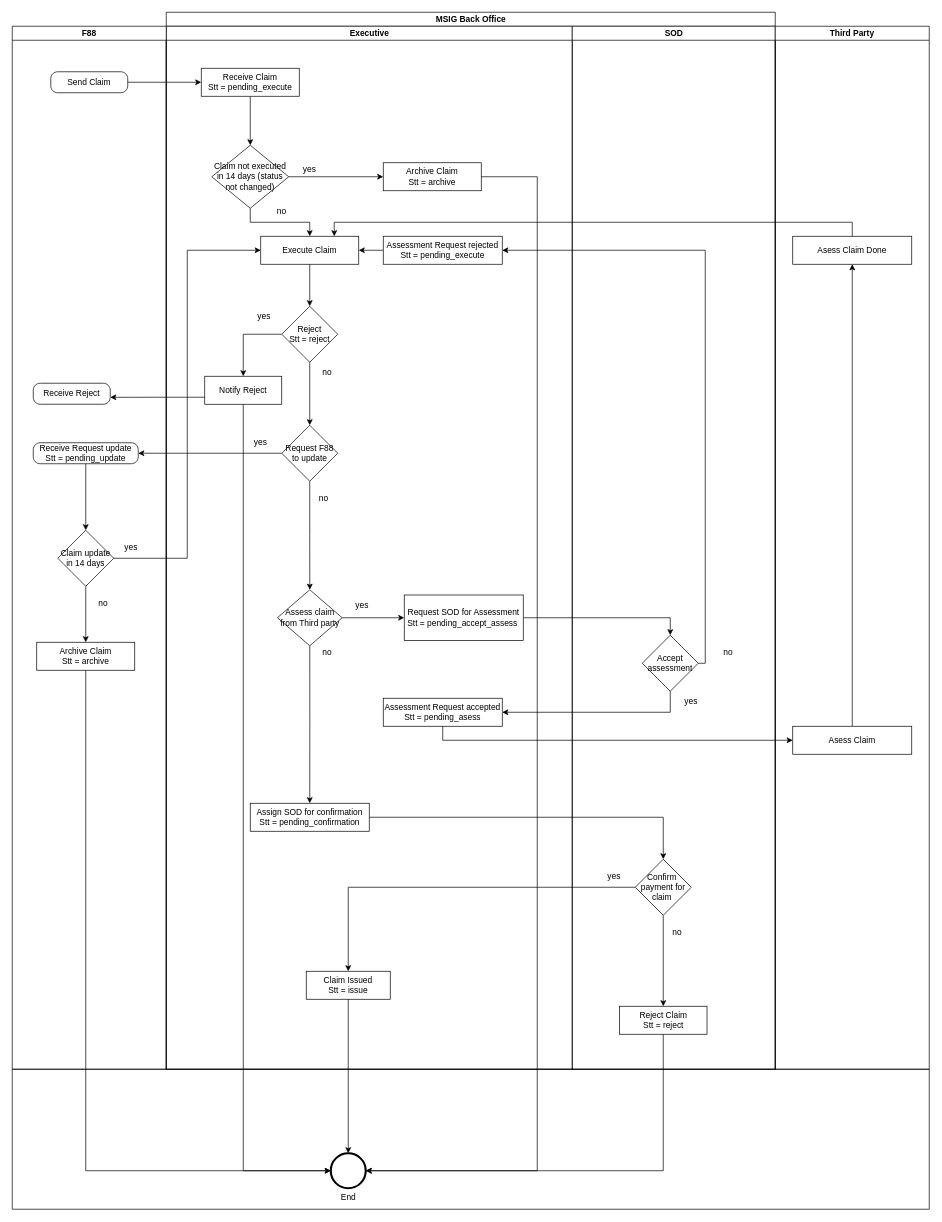
The draw.io diagram Untitled Diagram.drawio in Chris-25/Blog-react-app, before the edit. Source tidied: cells renumbered, new cells numbered last; positions are measured from the earlier drawing's top-left corner, leaving out a move shared by most shapes. Both pictures are drawn from the tidied source at 70%, with x=0, y=0 at pixel (12, 12).
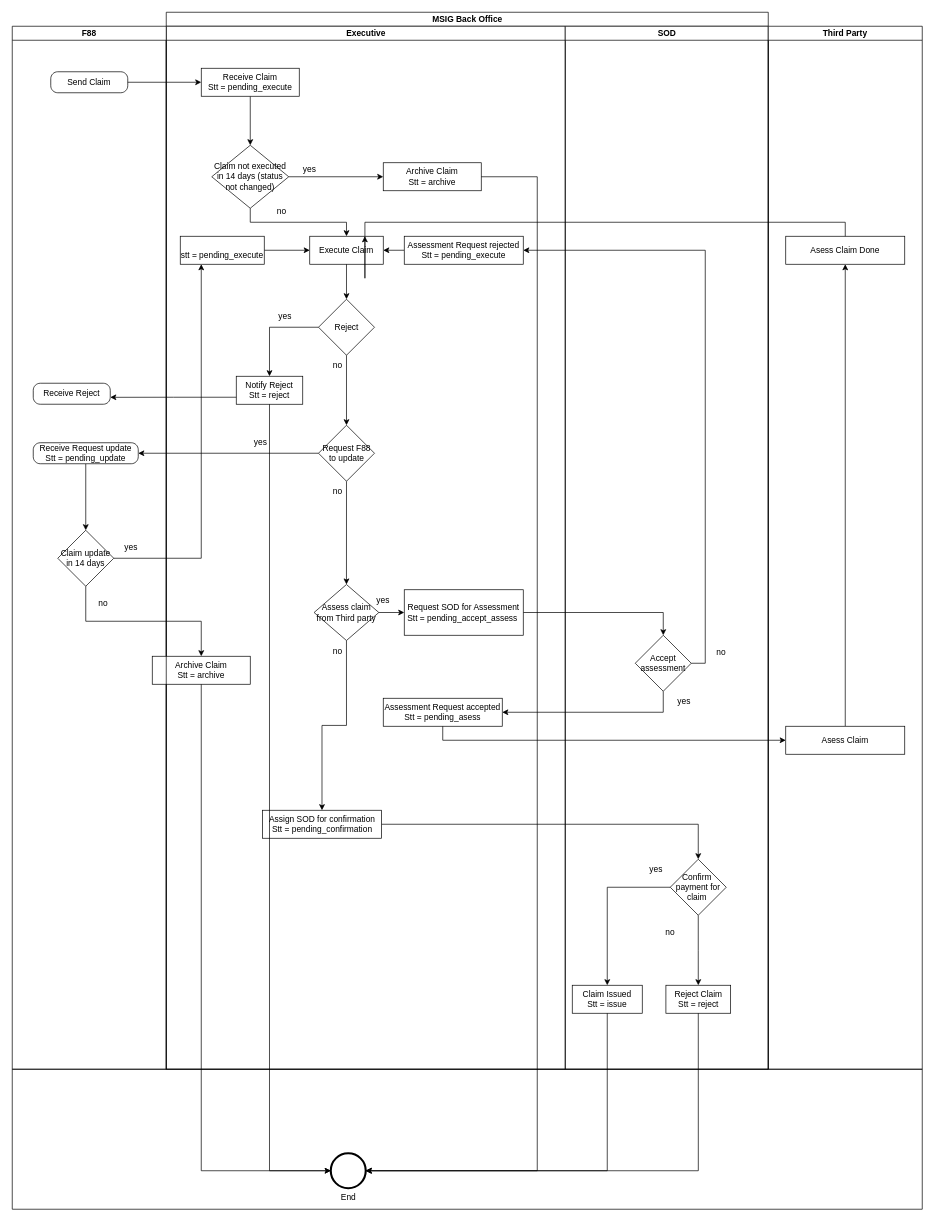
The same diagram, later.

The change refers to these unchanged cells:
```xml
<mxCell id="49" value="F88" style="swimlane;startSize=20;" parent="1" vertex="1">
  <mxGeometry y="20" width="220" height="1490" as="geometry" />
</mxCell>
<mxCell id="55" value="Claim update in 14 days" style="rhombus;whiteSpace=wrap;html=1;" parent="49" vertex="1">
  <mxGeometry x="65" y="720" width="80" height="80" as="geometry" />
</mxCell>
<mxCell id="66" value="End" style="points=[[0.145,0.145,0],[0.5,0,0],[0.855,0.145,0],[1,0.5,0],[0.855,0.855,0],[0.5,1,0],[0.145,0.855,0],[0,0.5,0]];shape=mxgraph.bpmn.event;html=1;verticalLabelPosition=bottom;labelBackgroundColor=#ffffff;verticalAlign=top;align=center;perimeter=ellipsePerimeter;outlineConnect=0;outline=end;symbol=terminate2;" parent="65" vertex="1">
  <mxGeometry x="455" y="120" width="50" height="50" as="geometry" />
</mxCell>
```

The edit, as a diff of the source:
```diff
@@
     <mxCell id="2" value="MSIG Back Office" style="swimlane;html=1;startSize=20;" parent="1" vertex="1">
-      <mxGeometry x="220" width="870" height="1510" as="geometry" />
+      <mxGeometry x="220" width="860" height="1510" as="geometry" />
     </mxCell>
@@
-    <mxCell id="7" style="edgeStyle=orthogonalEdgeStyle;rounded=0;jettySize=auto;html=1;exitX=0;exitY=0.5;exitDx=0;exitDy=0;entryX=0.5;entryY=0;entryDx=0;entryDy=0;" parent="2" edge="1" source="41" target="31">
-      <mxGeometry relative="1" as="geometry" />
-    </mxCell>
     <mxCell id="8" value="Executive" style="swimlane;html=1;startSize=20;" parent="2" vertex="1">
-      <mxGeometry y="20" width="580" height="1490" as="geometry" />
+      <mxGeometry y="20" width="570" height="1490" as="geometry" />
     </mxCell>
@@
     <mxCell id="16" value="Execute Claim" style="rounded=0;whiteSpace=wrap;html=1;" parent="8" vertex="1">
-      <mxGeometry x="135" y="300" width="140" height="40" as="geometry" />
+      <mxGeometry x="205" y="300" width="105" height="40" as="geometry" />
     </mxCell>
@@
     <mxCell id="18" value="yes" style="text;html=1;strokeColor=none;fillColor=none;align=center;verticalAlign=middle;whiteSpace=wrap;rounded=0;" parent="8" vertex="1">
-      <mxGeometry x="110" y="400" width="60" height="30" as="geometry" />
+      <mxGeometry x="140" y="400" width="60" height="30" as="geometry" />
     </mxCell>
-    <mxCell id="19" value="Notify Reject&lt;br&gt;" style="rounded=0;whiteSpace=wrap;html=1;" parent="8" vertex="1">
-      <mxGeometry x="55" y="500" width="110" height="40" as="geometry" />
+    <mxCell id="19" value="Notify Reject&lt;br&gt;Stt = reject" style="rounded=0;whiteSpace=wrap;html=1;" parent="8" vertex="1">
+      <mxGeometry x="100" y="500" width="95" height="40" as="geometry" />
     </mxCell>
@@
     <mxCell id="22" value="Assess claim&lt;br&gt;from Third party" style="rhombus;whiteSpace=wrap;html=1;rounded=0;" parent="8" vertex="1">
-      <mxGeometry x="158.8" y="805" width="92.5" height="80" as="geometry" />
+      <mxGeometry x="211.2" y="797.5" width="92.5" height="80" as="geometry" />
     </mxCell>
     <mxCell id="23" value="Request SOD for Assessment&lt;br&gt;Stt = pending_accept_assess&amp;nbsp;" style="rounded=0;whiteSpace=wrap;html=1;" parent="8" vertex="1">
-      <mxGeometry x="340" y="812.5" width="170" height="65" as="geometry" />
+      <mxGeometry x="340" y="805" width="170" height="65" as="geometry" />
     </mxCell>
     <mxCell id="24" value="yes" style="text;html=1;strokeColor=none;fillColor=none;align=center;verticalAlign=middle;whiteSpace=wrap;rounded=0;" parent="8" vertex="1">
-      <mxGeometry x="250" y="812.5" width="60" height="30" as="geometry" />
+      <mxGeometry x="280" y="805" width="60" height="30" as="geometry" />
     </mxCell>
@@
     <mxCell id="26" value="Assessment Request rejected&lt;br&gt;Stt = pending_execute" style="rounded=0;whiteSpace=wrap;html=1;" parent="8" vertex="1">
-      <mxGeometry x="310" y="300" width="170" height="40" as="geometry" />
+      <mxGeometry x="340" y="300" width="170" height="40" as="geometry" />
     </mxCell>
@@
     <mxCell id="28" value="no" style="text;html=1;strokeColor=none;fillColor=none;align=center;verticalAlign=middle;whiteSpace=wrap;rounded=0;" parent="8" vertex="1">
-      <mxGeometry x="200" y="480" width="60" height="30" as="geometry" />
+      <mxGeometry x="215" y="470" width="60" height="30" as="geometry" />
     </mxCell>
     <mxCell id="29" value="Assign SOD for confirmation&lt;br&gt;Stt = pending_confirmation" style="rounded=0;whiteSpace=wrap;html=1;" parent="8" vertex="1">
-      <mxGeometry x="120" y="1110" width="170" height="40" as="geometry" />
+      <mxGeometry x="137.5" y="1120" width="170" height="40" as="geometry" />
     </mxCell>
     <mxCell id="30" value="no" style="text;html=1;strokeColor=none;fillColor=none;align=center;verticalAlign=middle;whiteSpace=wrap;rounded=0;" parent="8" vertex="1">
-      <mxGeometry x="200" y="880" width="60" height="30" as="geometry" />
+      <mxGeometry x="215" y="877.5" width="60" height="30" as="geometry" />
     </mxCell>
-    <mxCell id="31" value="Claim Issued&lt;br&gt;Stt = issue" style="rounded=0;whiteSpace=wrap;html=1;" parent="8" vertex="1">
-      <mxGeometry x="200" y="1350" width="120" height="40" as="geometry" />
-    </mxCell>
@@
     <mxCell id="33" value="Request F88 to update" style="rhombus;whiteSpace=wrap;html=1;" parent="8" vertex="1">
-      <mxGeometry x="165" y="570" width="80" height="80" as="geometry" />
+      <mxGeometry x="217.5" y="570" width="80" height="80" as="geometry" />
     </mxCell>
     <mxCell id="34" value="no" style="text;html=1;strokeColor=none;fillColor=none;align=center;verticalAlign=middle;whiteSpace=wrap;rounded=0;" parent="8" vertex="1">
-      <mxGeometry x="195" y="660" width="60" height="30" as="geometry" />
+      <mxGeometry x="215" y="650" width="60" height="30" as="geometry" />
     </mxCell>
@@
+    <mxCell id="76" style="edgeStyle=orthogonalEdgeStyle;rounded=0;jettySize=auto;html=1;exitX=1;exitY=0.5;exitDx=0;exitDy=0;entryX=0;entryY=0.5;entryDx=0;entryDy=0;" parent="8" edge="1" source="77" target="16">
+      <mxGeometry relative="1" as="geometry" />
+    </mxCell>
+    <mxCell id="77" value="&amp;nbsp;&lt;br&gt;stt = pending_execute" style="rounded=0;whiteSpace=wrap;html=1;" parent="8" vertex="1">
+      <mxGeometry x="20" y="300" width="120" height="40" as="geometry" />
+    </mxCell>
+    <mxCell id="56" value="Archive Claim&lt;br&gt;Stt = archive" style="rounded=0;whiteSpace=wrap;html=1;" parent="8" vertex="1">
+      <mxGeometry x="-20" y="900" width="140" height="40" as="geometry" />
+    </mxCell>
+    <mxCell id="62" value="Reject" style="rhombus;whiteSpace=wrap;html=1;rounded=0;" parent="8" vertex="1">
+      <mxGeometry x="217.5" y="390" width="80" height="80" as="geometry" />
+    </mxCell>
+    <mxCell id="63" style="edgeStyle=orthogonalEdgeStyle;rounded=0;jettySize=auto;html=1;" parent="8" edge="1" source="16" target="62">
+      <mxGeometry relative="1" as="geometry" />
+    </mxCell>
+    <mxCell id="60" style="edgeStyle=orthogonalEdgeStyle;rounded=0;jettySize=auto;html=1;exitX=0;exitY=0.5;exitDx=0;exitDy=0;entryX=0.5;entryY=0;entryDx=0;entryDy=0;" parent="8" edge="1" source="62" target="19">
+      <mxGeometry relative="1" as="geometry" />
+    </mxCell>
+    <mxCell id="61" style="edgeStyle=orthogonalEdgeStyle;rounded=0;jettySize=auto;html=1;exitX=0.5;exitY=1;exitDx=0;exitDy=0;entryX=0.5;entryY=0;entryDx=0;entryDy=0;" parent="8" edge="1" source="62" target="33">
+      <mxGeometry relative="1" as="geometry" />
+    </mxCell>
     <mxCell id="36" value="SOD" style="swimlane;html=1;startSize=20;" parent="2" vertex="1">
-      <mxGeometry x="580" y="20" width="290" height="1490" as="geometry" />
+      <mxGeometry x="570" y="20" width="290" height="1490" as="geometry" />
     </mxCell>
@@
-    <mxCell id="40" style="edgeStyle=orthogonalEdgeStyle;rounded=0;jettySize=auto;html=1;exitX=0.5;exitY=1;exitDx=0;exitDy=0;entryX=0.5;entryY=0;entryDx=0;entryDy=0;" parent="36" edge="1" source="41" target="42">
-      <mxGeometry relative="1" as="geometry" />
-    </mxCell>
     <mxCell id="41" value="Confirm&amp;nbsp;&lt;br&gt;payment for claim&amp;nbsp;" style="rhombus;whiteSpace=wrap;html=1;" parent="36" vertex="1">
-      <mxGeometry x="90" y="1190" width="80" height="80" as="geometry" />
+      <mxGeometry x="150" y="1190" width="80" height="80" as="geometry" />
     </mxCell>
-    <mxCell id="42" value="Reject Claim&lt;br&gt;Stt = reject" style="rounded=0;whiteSpace=wrap;html=1;" parent="36" vertex="1">
-      <mxGeometry x="67.5" y="1400" width="125" height="40" as="geometry" />
-    </mxCell>
@@
     <mxCell id="44" value="yes" style="text;html=1;strokeColor=none;fillColor=none;align=center;verticalAlign=middle;whiteSpace=wrap;rounded=0;" parent="36" vertex="1">
-      <mxGeometry x="30" y="1200" width="60" height="30" as="geometry" />
+      <mxGeometry x="100" y="1190" width="60" height="30" as="geometry" />
     </mxCell>
+    <mxCell id="42" value="Reject Claim&lt;br&gt;Stt = reject" style="rounded=0;whiteSpace=wrap;html=1;" parent="36" vertex="1">
+      <mxGeometry x="143.8" y="1370" width="92.5" height="40" as="geometry" />
+    </mxCell>
+    <mxCell id="40" style="edgeStyle=orthogonalEdgeStyle;rounded=0;jettySize=auto;html=1;exitX=0.5;exitY=1;exitDx=0;exitDy=0;entryX=0.5;entryY=0;entryDx=0;entryDy=0;" parent="36" edge="1" source="41" target="42">
+      <mxGeometry relative="1" as="geometry" />
+    </mxCell>
+    <mxCell id="31" value="Claim Issued&lt;br&gt;Stt = issue" style="rounded=0;whiteSpace=wrap;html=1;" parent="36" vertex="1">
+      <mxGeometry x="10" y="1370" width="100" height="40" as="geometry" />
+    </mxCell>
+    <mxCell id="7" style="edgeStyle=orthogonalEdgeStyle;rounded=0;jettySize=auto;html=1;exitX=0;exitY=0.5;exitDx=0;exitDy=0;entryX=0.5;entryY=0;entryDx=0;entryDy=0;" parent="36" edge="1" source="41" target="31">
+      <mxGeometry relative="1" as="geometry" />
+    </mxCell>
     <mxCell id="45" value="Third Party" style="swimlane;startSize=20;" parent="1" vertex="1">
-      <mxGeometry x="1090" y="20" width="220" height="1490" as="geometry" />
+      <mxGeometry x="1080" y="20" width="220" height="1490" as="geometry" />
     </mxCell>
@@
-    <mxCell id="54" style="edgeStyle=orthogonalEdgeStyle;rounded=0;jettySize=auto;html=1;exitX=0.5;exitY=1;exitDx=0;exitDy=0;entryX=0.5;entryY=0;entryDx=0;entryDy=0;" parent="49" edge="1" source="55" target="56">
-      <mxGeometry relative="1" as="geometry" />
-    </mxCell>
@@
-    <mxCell id="56" value="Archive Claim&lt;br&gt;Stt = archive" style="rounded=0;whiteSpace=wrap;html=1;" parent="49" vertex="1">
-      <mxGeometry x="35" y="880" width="140" height="40" as="geometry" />
-    </mxCell>
@@
-    <mxCell id="60" style="edgeStyle=orthogonalEdgeStyle;rounded=0;jettySize=auto;html=1;exitX=0;exitY=0.5;exitDx=0;exitDy=0;entryX=0.5;entryY=0;entryDx=0;entryDy=0;" parent="1" edge="1" source="62" target="19">
-      <mxGeometry relative="1" as="geometry" />
-    </mxCell>
-    <mxCell id="61" style="edgeStyle=orthogonalEdgeStyle;rounded=0;jettySize=auto;html=1;exitX=0.5;exitY=1;exitDx=0;exitDy=0;entryX=0.5;entryY=0;entryDx=0;entryDy=0;" parent="1" edge="1" source="62" target="33">
-      <mxGeometry relative="1" as="geometry" />
-    </mxCell>
-    <mxCell id="62" value="Reject&lt;br&gt;Stt = reject" style="rhombus;whiteSpace=wrap;html=1;rounded=0;" parent="1" vertex="1">
-      <mxGeometry x="385" y="420" width="80" height="80" as="geometry" />
-    </mxCell>
-    <mxCell id="63" style="edgeStyle=orthogonalEdgeStyle;rounded=0;jettySize=auto;html=1;" parent="1" edge="1" source="16" target="62">
-      <mxGeometry relative="1" as="geometry" />
-    </mxCell>
@@
     <mxCell id="65" style="swimlane;startSize=0;" parent="1" vertex="1">
-      <mxGeometry y="1510" width="1310" height="200" as="geometry" />
+      <mxGeometry y="1510" width="1300" height="200" as="geometry" />
     </mxCell>
@@
-    <mxCell id="70" style="edgeStyle=orthogonalEdgeStyle;rounded=0;jettySize=auto;html=1;exitX=0.5;exitY=1;exitDx=0;exitDy=0;entryX=0.5;entryY=0;entryDx=0;entryDy=0;entryPerimeter=0;" parent="1" edge="1" source="31" target="66">
-      <mxGeometry relative="1" as="geometry" />
+    <mxCell id="70" style="edgeStyle=orthogonalEdgeStyle;rounded=0;jettySize=auto;html=1;exitX=0.5;exitY=1;exitDx=0;exitDy=0;entryX=1;entryY=0.5;entryDx=0;entryDy=0;entryPerimeter=0;" parent="1" edge="1" source="31" target="66">
+      <mxGeometry relative="1" as="geometry">
+        <Array as="points">
+          <mxPoint x="850" y="1655" />
+        </Array>
+      </mxGeometry>
     </mxCell>
@@
-    <mxCell id="75" style="edgeStyle=orthogonalEdgeStyle;rounded=0;jettySize=auto;html=1;exitX=1;exitY=0.5;exitDx=0;exitDy=0;entryX=0;entryY=0.5;entryDx=0;entryDy=0;" parent="1" edge="1" source="55" target="16">
-      <mxGeometry relative="1" as="geometry" />
-    </mxCell>
+    <mxCell id="78" style="edgeStyle=orthogonalEdgeStyle;rounded=0;jettySize=auto;html=1;exitX=1;exitY=0.5;exitDx=0;exitDy=0;entryX=0.25;entryY=1;entryDx=0;entryDy=0;" parent="1" edge="1" source="55" target="77">
+      <mxGeometry relative="1" as="geometry">
+        <Array as="points">
+          <mxPoint x="270" y="780" />
+        </Array>
+      </mxGeometry>
+    </mxCell>
+    <mxCell id="54" style="edgeStyle=orthogonalEdgeStyle;rounded=0;jettySize=auto;html=1;exitX=0.5;exitY=1;exitDx=0;exitDy=0;entryX=0.5;entryY=0;entryDx=0;entryDy=0;" parent="1" edge="1" source="55" target="56">
+      <mxGeometry relative="1" as="geometry" />
+    </mxCell>
```
